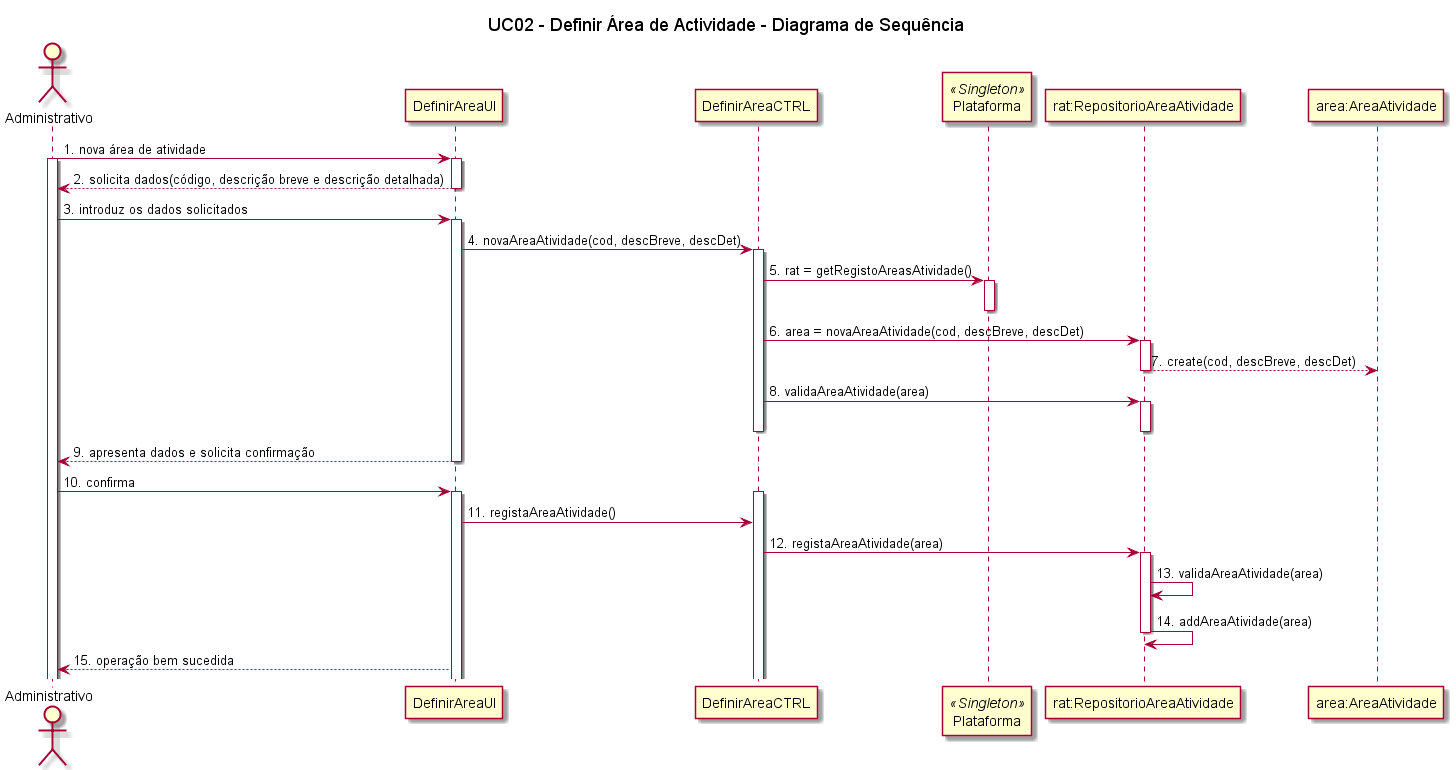
Earlier version of the PlantUML export Documentação/Sprint 2/UC02_Definir_Area_Atividade/UC02_Definir_Area_Actividade_Diagrama_Sequencia.png (blestonbandeiraUPSKILL/upskill_java1_labprg_grupo2).
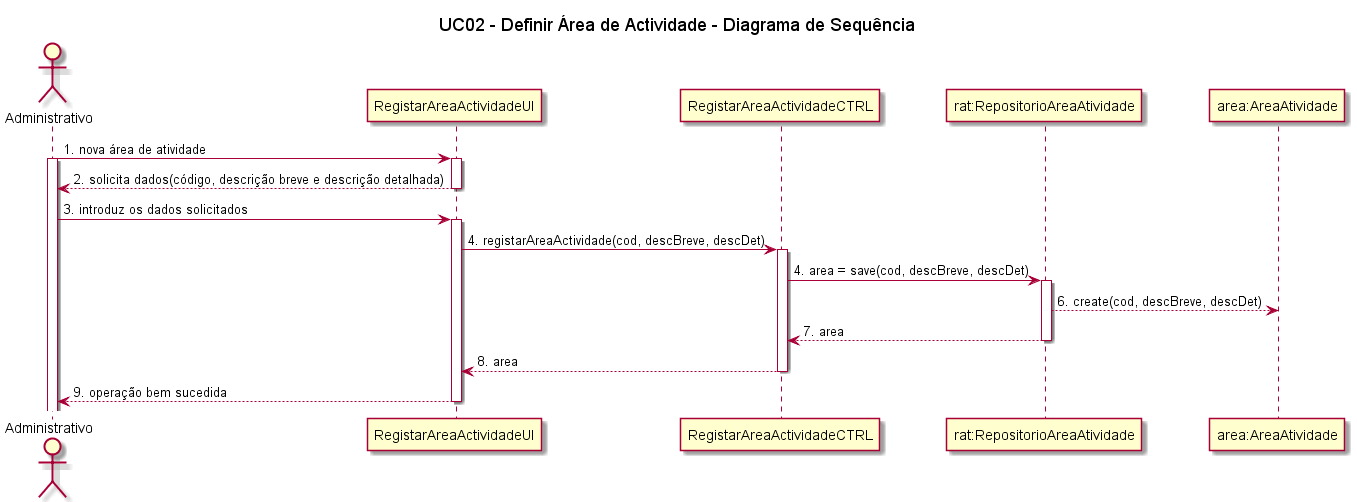
The same diagram one commit later.

Diff of the diagram source:
```diff
@@ -3,46 +3,28 @@
 
 actor Administrativo
 participant Administrativo
-participant DefinirAreaUI
-participant DefinirAreaCTRL
-participant Plataforma <<Singleton>>
+participant RegistarAreaActividadeUI
+participant RegistarAreaActividadeCTRL
 participant "rat:RepositorioAreaAtividade" as RepositorioAreaAtividade
 participant "area:AreaAtividade" as AreaAtividade
 
-Administrativo -> DefinirAreaUI: 1. nova área de atividade
+Administrativo -> RegistarAreaActividadeUI: 1. nova área de atividade
 activate Administrativo
-activate DefinirAreaUI
-DefinirAreaUI --> Administrativo: 2. solicita dados(código, descrição breve e descrição detalhada)
-deactivate DefinirAreaUI
-
-Administrativo -> DefinirAreaUI: 3. introduz os dados solicitados
-activate DefinirAreaUI
-DefinirAreaUI -> DefinirAreaCTRL: 4. novaAreaAtividade(cod, descBreve, descDet)
-activate DefinirAreaCTRL
-DefinirAreaCTRL -> Plataforma: 5. rat = getRegistoAreasAtividade()
-activate Plataforma
-deactivate Plataforma
-DefinirAreaCTRL -> RepositorioAreaAtividade: 6. area = novaAreaAtividade(cod, descBreve, descDet)
+activate RegistarAreaActividadeUI
+RegistarAreaActividadeUI --> Administrativo: 2. solicita dados(código, descrição breve e descrição detalhada)
+deactivate RegistarAreaActividadeUI
+Administrativo -> RegistarAreaActividadeUI: 3. introduz os dados solicitados
+activate RegistarAreaActividadeUI
+RegistarAreaActividadeUI -> RegistarAreaActividadeCTRL: 4. registarAreaActividade(cod, descBreve, descDet)
+activate RegistarAreaActividadeCTRL
+RegistarAreaActividadeCTRL -> RepositorioAreaAtividade: 4. area = save(cod, descBreve, descDet)
 activate RepositorioAreaAtividade
-RepositorioAreaAtividade --> AreaAtividade: 7. create(cod, descBreve, descDet)
-
+RepositorioAreaAtividade --> AreaAtividade: 6. create(cod, descBreve, descDet)
+RepositorioAreaAtividade --> RegistarAreaActividadeCTRL: 7. area
 deactivate RepositorioAreaAtividade
-DefinirAreaCTRL -> RepositorioAreaAtividade: 8. validaAreaAtividade(area)
-
-activate RepositorioAreaAtividade
-deactivate RepositorioAreaAtividade
-deactivate DefinirAreaCTRL
-DefinirAreaUI --> Administrativo: 9. apresenta dados e solicita confirmação
-deactivate DefinirAreaUI
-Administrativo -> DefinirAreaUI: 10. confirma
-activate DefinirAreaUI
-activate DefinirAreaCTRL
-DefinirAreaUI -> DefinirAreaCTRL: 11. registaAreaAtividade()
-DefinirAreaCTRL -> RepositorioAreaAtividade: 12. registaAreaAtividade(area)
-activate RepositorioAreaAtividade
-RepositorioAreaAtividade -> RepositorioAreaAtividade: 13. validaAreaAtividade(area)
-RepositorioAreaAtividade -> RepositorioAreaAtividade: 14. addAreaAtividade(area)
-deactivate RepositorioAreaAtividade
-DefinirAreaUI --> Administrativo: 15. operação bem sucedida
+RegistarAreaActividadeCTRL --> RegistarAreaActividadeUI: 8. area
+deactivate RegistarAreaActividadeCTRL
+RegistarAreaActividadeUI --> Administrativo: 9. operação bem sucedida
+deactivate RegistarAreaActividadeUI
 
 @enduml
```
